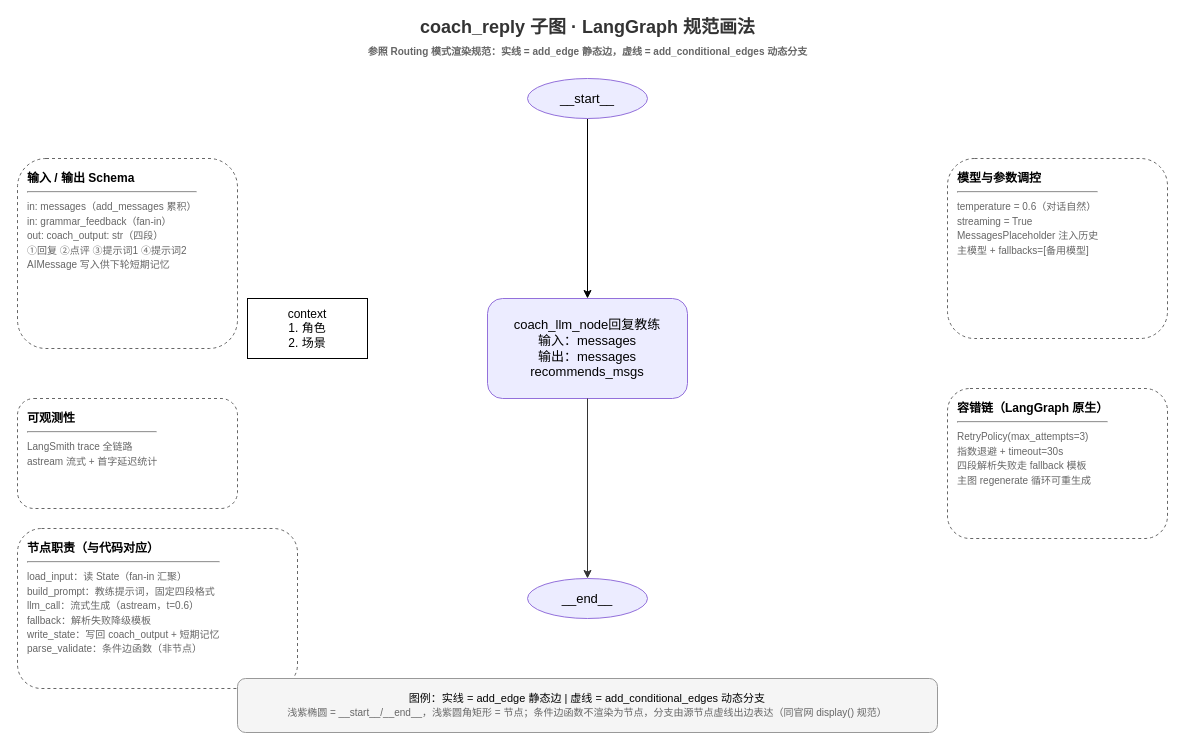
Ekko306/dialog-ai keeps this draw.io diagram as backend/src/talk_agent/document/coach_reply_subgraph.drawio. Above is the earlier version. Source tidied: cells renumbered, new cells numbered last; positions are measured from the earlier drawing's top-left corner, leaving out a move shared by most shapes. Both pictures are drawn from the tidied source at 100%, with x=0, y=0 at pixel (17, 18).
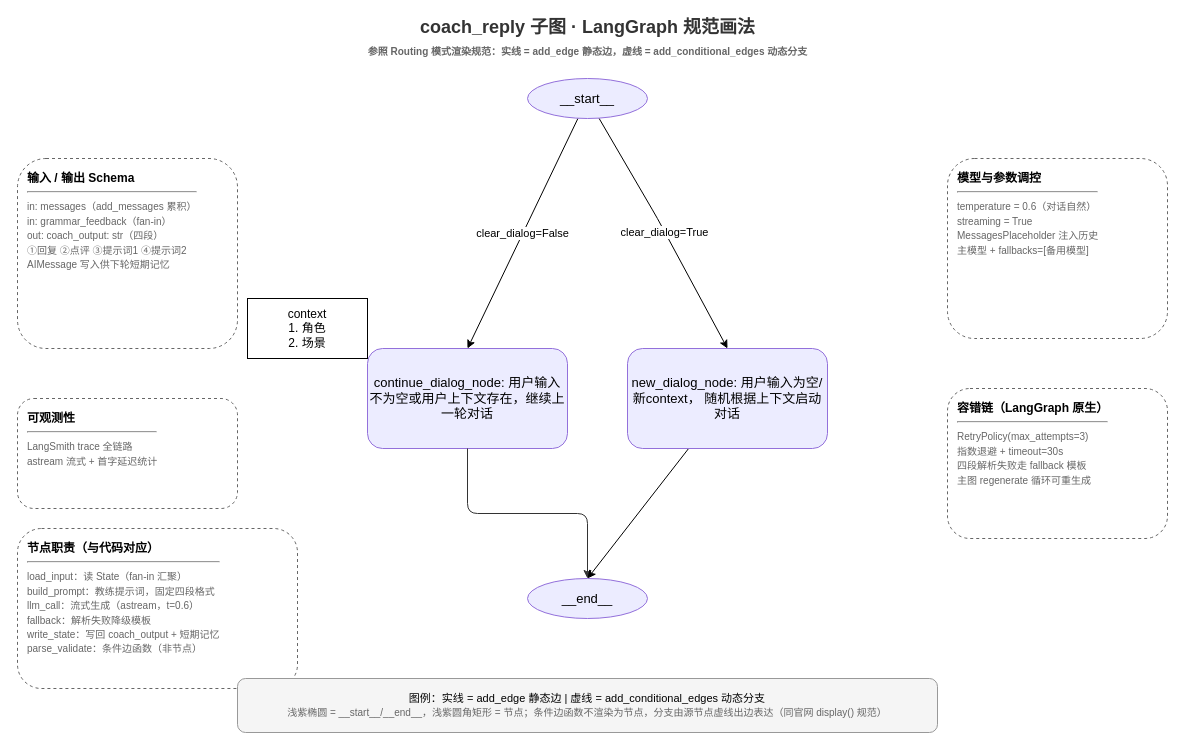
Above is the later version.

Diff of the diagram source:
```diff
@@
 <mxGraphModel background="#ffffff">
   <root>
     <mxCell id="0" />
     <mxCell id="1" parent="0" />
     <mxCell id="2" value="coach_reply 子图 · LangGraph 规范画法&lt;br&gt;&lt;font style=&quot;font-size:10px&quot; color=&quot;#666666&quot;&gt;参照 Routing 模式渲染规范：实线 = add_edge 静态边，虚线 = add_conditional_edges 动态分支&lt;/font&gt;" style="text;html=1;align=center;verticalAlign=middle;fontSize=18;fontStyle=1;fontColor=#333333;" parent="1" vertex="1">
       <mxGeometry x="290" width="560" height="40" as="geometry" />
     </mxCell>
-    <mxCell id="3" style="edgeStyle=none;html=1;entryX=0.5;entryY=0;entryDx=0;entryDy=0;" parent="1" edge="1" source="4" target="5">
+    <mxCell id="3" value="clear_dialog=False" style="edgeStyle=none;html=1;entryX=0.5;entryY=0;entryDx=0;entryDy=0;" parent="1" edge="1" source="4" target="5">
       <mxGeometry relative="1" as="geometry" />
     </mxCell>
+    <mxCell id="15" value="clear_dialog=True" style="edgeStyle=none;html=1;entryX=0.5;entryY=0;entryDx=0;entryDy=0;" parent="1" edge="1" source="4" target="17">
+      <mxGeometry relative="1" as="geometry">
+        <Array as="points">
+          <mxPoint x="640" y="200" />
+        </Array>
+      </mxGeometry>
+    </mxCell>
     <mxCell id="4" value="__start__" style="ellipse;whiteSpace=wrap;html=1;fillColor=#ECECFF;strokeColor=#9370DB;fontSize=13;" parent="1" vertex="1">
       <mxGeometry x="510" y="60" width="120" height="40" as="geometry" />
     </mxCell>
-    <mxCell id="5" value="coach_llm_node回复教练&lt;br&gt;输入：messages&lt;br&gt;输出：messages&lt;br&gt;recommends_msgs" style="rounded=1;whiteSpace=wrap;html=1;fillColor=#ECECFF;strokeColor=#9370DB;fontSize=13;" parent="1" vertex="1">
-      <mxGeometry x="470" y="280" width="200" height="100" as="geometry" />
+    <mxCell id="5" value="continue_dialog_node: 用户输入不为空或用户上下文存在，继续上一轮对话" style="rounded=1;whiteSpace=wrap;html=1;fillColor=#ECECFF;strokeColor=#9370DB;fontSize=13;" parent="1" vertex="1">
+      <mxGeometry x="350" y="330" width="200" height="100" as="geometry" />
     </mxCell>
     <mxCell id="6" value="__end__" style="ellipse;whiteSpace=wrap;html=1;fillColor=#ECECFF;strokeColor=#9370DB;fontSize=13;" parent="1" vertex="1">
       <mxGeometry x="510" y="560" width="120" height="40" as="geometry" />
     </mxCell>
     <mxCell id="7" style="edgeStyle=orthogonalEdgeStyle;rounded=1;html=1;strokeColor=#333333;fontSize=11;" parent="1" edge="1" source="5" target="6">
       <mxGeometry relative="1" as="geometry" />
     </mxCell>
     <mxCell id="8" value="&lt;b&gt;输入 / 输出 Schema&lt;/b&gt;&lt;hr&gt;&lt;font style=&quot;font-size:10px&quot; color=&quot;#666666&quot;&gt;in: messages（add_messages 累积）&lt;br&gt;in: grammar_feedback（fan-in）&lt;br&gt;out: coach_output: str（四段）&lt;br&gt;①回复 ②点评 ③提示词1 ④提示词2&lt;br&gt;AIMessage 写入供下轮短期记忆&lt;/font&gt;" style="rounded=1;whiteSpace=wrap;html=1;dashed=1;fillColor=none;strokeColor=#666666;align=left;verticalAlign=top;fontSize=12;spacingLeft=8;spacingTop=6;" parent="1" vertex="1">
       <mxGeometry y="140" width="220" height="190" as="geometry" />
     </mxCell>
     <mxCell id="9" value="&lt;b&gt;可观测性&lt;/b&gt;&lt;hr&gt;&lt;font style=&quot;font-size:10px&quot; color=&quot;#666666&quot;&gt;LangSmith trace 全链路&lt;br&gt;astream 流式 + 首字延迟统计&lt;/font&gt;" style="rounded=1;whiteSpace=wrap;html=1;dashed=1;fillColor=none;strokeColor=#666666;align=left;verticalAlign=top;fontSize=12;spacingLeft=8;spacingTop=6;" parent="1" vertex="1">
       <mxGeometry y="380" width="220" height="110" as="geometry" />
     </mxCell>
     <mxCell id="10" value="&lt;b&gt;节点职责（与代码对应）&lt;/b&gt;&lt;hr&gt;&lt;font style=&quot;font-size:10px&quot; color=&quot;#666666&quot;&gt;load_input：读 State（fan-in 汇聚）&lt;br&gt;build_prompt：教练提示词，固定四段格式&lt;br&gt;llm_call：流式生成（astream，t=0.6）&lt;br&gt;fallback：解析失败降级模板&lt;br&gt;write_state：写回 coach_output + 短期记忆&lt;br&gt;parse_validate：条件边函数（非节点）&lt;/font&gt;" style="rounded=1;whiteSpace=wrap;html=1;dashed=1;fillColor=none;strokeColor=#666666;align=left;verticalAlign=top;fontSize=12;spacingLeft=8;spacingTop=6;" parent="1" vertex="1">
       <mxGeometry y="510" width="280" height="160" as="geometry" />
     </mxCell>
     <mxCell id="11" value="&lt;b&gt;模型与参数调控&lt;/b&gt;&lt;hr&gt;&lt;font style=&quot;font-size:10px&quot; color=&quot;#666666&quot;&gt;temperature = 0.6（对话自然）&lt;br&gt;streaming = True&lt;br&gt;MessagesPlaceholder 注入历史&lt;br&gt;主模型 + fallbacks=[备用模型]&lt;/font&gt;" style="rounded=1;whiteSpace=wrap;html=1;dashed=1;fillColor=none;strokeColor=#666666;align=left;verticalAlign=top;fontSize=12;spacingLeft=8;spacingTop=6;" parent="1" vertex="1">
       <mxGeometry x="930" y="140" width="220" height="180" as="geometry" />
     </mxCell>
     <mxCell id="12" value="&lt;b&gt;容错链（LangGraph 原生）&lt;/b&gt;&lt;hr&gt;&lt;font style=&quot;font-size:10px&quot; color=&quot;#666666&quot;&gt;RetryPolicy(max_attempts=3)&lt;br&gt;指数退避 + timeout=30s&lt;br&gt;四段解析失败走 fallback 模板&lt;br&gt;主图 regenerate 循环可重生成&lt;/font&gt;" style="rounded=1;whiteSpace=wrap;html=1;dashed=1;fillColor=none;strokeColor=#666666;align=left;verticalAlign=top;fontSize=12;spacingLeft=8;spacingTop=6;" parent="1" vertex="1">
       <mxGeometry x="930" y="370" width="220" height="150" as="geometry" />
     </mxCell>
     <mxCell id="13" value="图例：实线 = add_edge 静态边  |  虚线 = add_conditional_edges 动态分支&lt;br&gt;&lt;font style=&quot;font-size:10px&quot; color=&quot;#666666&quot;&gt;浅紫椭圆 = __start__/__end__，浅紫圆角矩形 = 节点；条件边函数不渲染为节点，分支由源节点虚线出边表达（同官网 display() 规范）&lt;/font&gt;" style="rounded=1;whiteSpace=wrap;html=1;fillColor=#f5f5f5;strokeColor=#999999;fontSize=11;align=center;" parent="1" vertex="1">
       <mxGeometry x="220" y="660" width="700" height="54" as="geometry" />
     </mxCell>
     <mxCell id="14" value="context&lt;br&gt;1. 角色&lt;br&gt;2. 场景" style="rounded=0;whiteSpace=wrap;html=1;" parent="1" vertex="1">
       <mxGeometry x="230" y="280" width="120" height="60" as="geometry" />
     </mxCell>
+    <mxCell id="16" style="edgeStyle=none;html=1;entryX=0.5;entryY=0;entryDx=0;entryDy=0;" parent="1" edge="1" source="17" target="6">
+      <mxGeometry relative="1" as="geometry" />
+    </mxCell>
+    <mxCell id="17" value="new_dialog_node: 用户输入为空/新context， 随机根据上下文启动对话" style="rounded=1;whiteSpace=wrap;html=1;fillColor=#ECECFF;strokeColor=#9370DB;fontSize=13;" parent="1" vertex="1">
+      <mxGeometry x="610" y="330" width="200" height="100" as="geometry" />
+    </mxCell>
   </root>
 </mxGraphModel>
```
